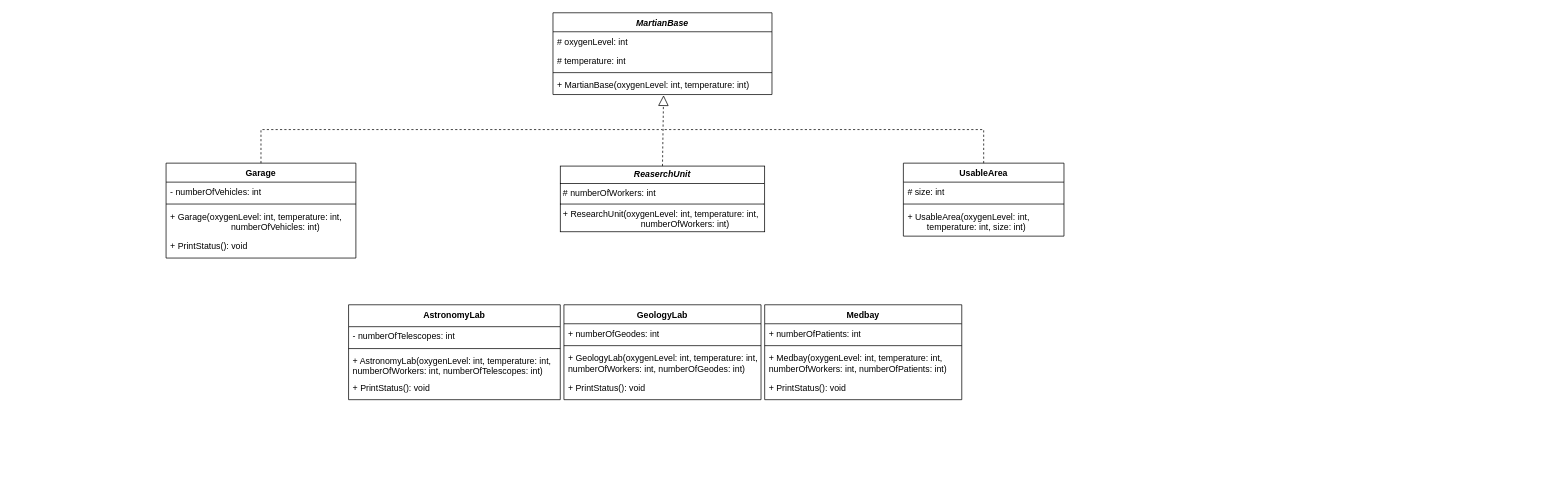
kcprlal/CSharp keeps this draw.io diagram as Diagram bez tytułu.drawio. Above is the earlier version. Source tidied: cells renumbered, new cells numbered last; positions are measured from the earlier drawing's top-left corner, leaving out a move shared by most shapes. Both pictures are drawn from the tidied source at 73%, with x=0, y=0 at pixel (166, 12).
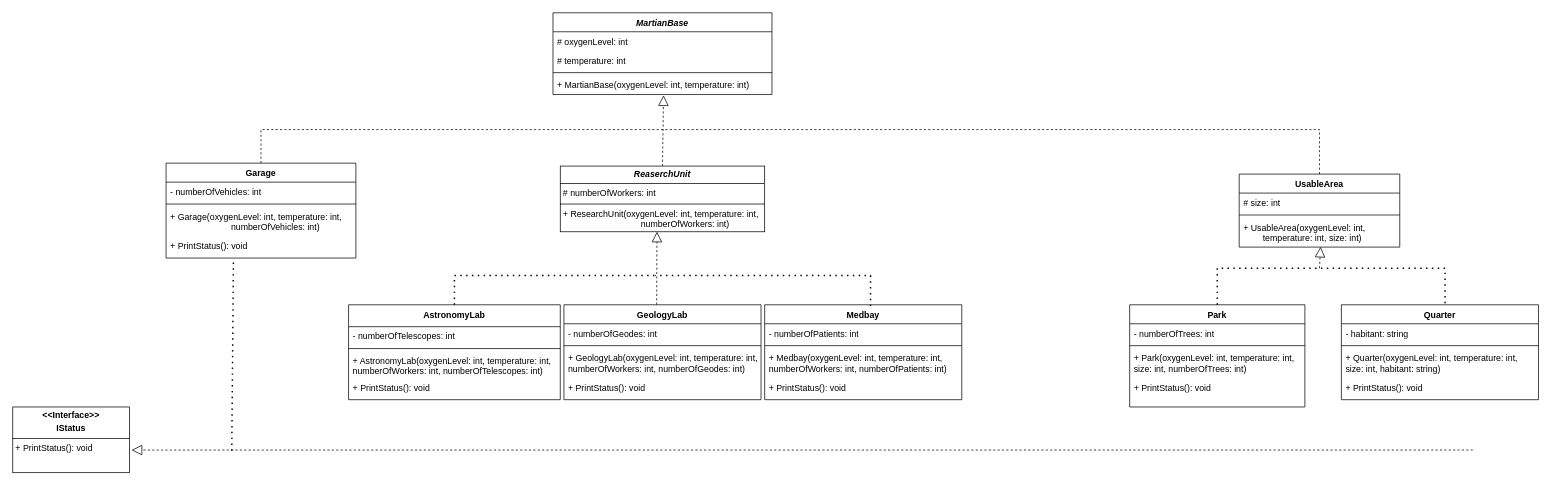
The same diagram, later.

The change refers to these unchanged cells:
```xml
<mxCell id="7" value="&lt;p style=&quot;margin:0px;margin-top:4px;text-align:center;&quot;&gt;&lt;b&gt;&lt;i&gt;ReaserchUnit&lt;/i&gt;&lt;/b&gt;&lt;/p&gt;&lt;hr size=&quot;1&quot; style=&quot;border-style:solid;&quot;&gt;&lt;p style=&quot;margin:0px;margin-left:4px;&quot;&gt;# numberOfWorkers: int&lt;/p&gt;&lt;hr size=&quot;1&quot; style=&quot;border-style:solid;&quot;&gt;&lt;p style=&quot;margin:0px;margin-left:4px;&quot;&gt;+ ResearchUnit(oxygenLevel: int, temperature: int,&amp;nbsp;&lt;/p&gt;&lt;p style=&quot;margin:0px;margin-left:4px;&quot;&gt;&lt;span style=&quot;white-space: pre;&quot;&gt;&#9;&lt;/span&gt;&lt;span style=&quot;white-space: pre;&quot;&gt;&#9;&lt;/span&gt;&lt;span style=&quot;white-space: pre;&quot;&gt;&#9;&lt;/span&gt;&lt;span style=&quot;white-space: pre;&quot;&gt;&#9;&lt;/span&gt;numberOfWorkers: int)&amp;nbsp;&lt;/p&gt;" style="verticalAlign=top;align=left;overflow=fill;html=1;whiteSpace=wrap;" parent="1" vertex="1">
  <mxGeometry x="540" y="210" width="280" height="90" as="geometry" />
</mxCell>
<mxCell id="12" value="+ PrintStatus(): void" style="text;strokeColor=none;fillColor=none;align=left;verticalAlign=top;spacingLeft=4;spacingRight=4;overflow=hidden;points=[[0,0.5],[1,0.5]];portConstraint=eastwest;whiteSpace=wrap;html=1;" parent="8" vertex="1">
  <mxGeometry y="100" width="260" height="30" as="geometry" />
</mxCell>
<mxCell id="18" value="+ UsableArea(oxygenLevel: int,&lt;div&gt;&lt;span style=&quot;white-space: pre;&quot;&gt;&#9;&lt;/span&gt;temperature: int, size: int)&lt;br&gt;&lt;/div&gt;" style="text;strokeColor=none;fillColor=none;align=left;verticalAlign=top;spacingLeft=4;spacingRight=4;overflow=hidden;points=[[0,0.5],[1,0.5]];portConstraint=eastwest;whiteSpace=wrap;html=1;" parent="15" vertex="1">
  <mxGeometry y="60" width="220" height="40" as="geometry" />
</mxCell>
<mxCell id="20" value="AstronomyLab" style="swimlane;fontStyle=1;align=center;verticalAlign=top;horizontal=1;startSize=30;whiteSpace=wrap;html=1;" parent="1" vertex="1">
  <mxGeometry x="250" y="400" width="290" height="130" as="geometry" />
</mxCell>
<mxCell id="25" value="GeologyLab" style="swimlane;fontStyle=1;align=center;verticalAlign=top;horizontal=1;startSize=26;whiteSpace=wrap;html=1;" parent="1" vertex="1">
  <mxGeometry x="545" y="400" width="270" height="130" as="geometry" />
</mxCell>
<mxCell id="30" value="Medbay" style="swimlane;fontStyle=1;align=center;verticalAlign=top;horizontal=1;startSize=26;whiteSpace=wrap;html=1;" parent="1" vertex="1">
  <mxGeometry x="820" y="400" width="270" height="130" as="geometry" />
</mxCell>
```

The edit, as a diff of the source:
```diff
@@
     <mxCell id="15" value="UsableArea" style="swimlane;fontStyle=1;align=center;verticalAlign=top;horizontal=1;startSize=26;whiteSpace=wrap;html=1;" parent="1" vertex="1">
-      <mxGeometry x="1010" y="206" width="220" height="100" as="geometry" />
+      <mxGeometry x="1470" y="221" width="220" height="100" as="geometry" />
     </mxCell>
@@
     <mxCell id="19" style="endArrow=none;dashed=1;html=1;rounded=0;exitX=0.5;exitY=0;exitDx=0;exitDy=0;" parent="1" edge="1" source="15">
       <mxGeometry relative="1" as="geometry">
         <mxPoint x="680" y="160" as="targetPoint" />
         <Array as="points">
+          <mxPoint x="1580" y="160" />
           <mxPoint x="1120" y="160" />
         </Array>
       </mxGeometry>
     </mxCell>
@@
-    <mxCell id="26" value="+ numberOfGeodes: int" style="text;strokeColor=none;fillColor=none;align=left;verticalAlign=top;spacingLeft=4;spacingRight=4;overflow=hidden;whiteSpace=wrap;html=1;" parent="25" vertex="1">
+    <mxCell id="26" value="- numberOfGeodes: int" style="text;strokeColor=none;fillColor=none;align=left;verticalAlign=top;spacingLeft=4;spacingRight=4;overflow=hidden;whiteSpace=wrap;html=1;" parent="25" vertex="1">
       <mxGeometry y="26" width="270" height="26" as="geometry" />
     </mxCell>
@@
-    <mxCell id="31" value="+ numberOfPatients: int" style="text;strokeColor=none;fillColor=none;align=left;verticalAlign=top;spacingLeft=4;spacingRight=4;overflow=hidden;whiteSpace=wrap;html=1;" parent="30" vertex="1">
+    <mxCell id="31" value="- numberOfPatients: int" style="text;strokeColor=none;fillColor=none;align=left;verticalAlign=top;spacingLeft=4;spacingRight=4;overflow=hidden;whiteSpace=wrap;html=1;" parent="30" vertex="1">
       <mxGeometry y="26" width="270" height="26" as="geometry" />
     </mxCell>
@@
+    <mxCell id="35" value="Park" style="swimlane;fontStyle=1;align=center;verticalAlign=top;horizontal=1;startSize=26;whiteSpace=wrap;html=1;" parent="1" vertex="1">
+      <mxGeometry x="1320" y="400" width="240" height="140" as="geometry" />
+    </mxCell>
+    <mxCell id="36" value="- numberOfTrees: int" style="text;strokeColor=none;fillColor=none;align=left;verticalAlign=top;spacingLeft=4;spacingRight=4;overflow=hidden;whiteSpace=wrap;html=1;" parent="35" vertex="1">
+      <mxGeometry y="26" width="240" height="26" as="geometry" />
+    </mxCell>
+    <mxCell id="37" style="line;strokeWidth=1;fillColor=none;align=left;verticalAlign=middle;spacingTop=-1;spacingLeft=3;spacingRight=3;labelPosition=right;strokeColor=inherit;" parent="35" vertex="1">
+      <mxGeometry y="52" width="240" height="8" as="geometry" />
+    </mxCell>
+    <mxCell id="38" value="+ Park(oxygenLevel: int, temperature: int, size: int, numberOfTrees: int)" style="text;strokeColor=none;fillColor=none;align=left;verticalAlign=top;spacingLeft=4;spacingRight=4;overflow=hidden;whiteSpace=wrap;html=1;" parent="35" vertex="1">
+      <mxGeometry y="60" width="240" height="40" as="geometry" />
+    </mxCell>
+    <mxCell id="39" value="+ PrintStatus(): void" style="text;strokeColor=none;fillColor=none;align=left;verticalAlign=top;spacingLeft=4;spacingRight=4;overflow=hidden;whiteSpace=wrap;html=1;" parent="35" vertex="1">
+      <mxGeometry y="100" width="240" height="40" as="geometry" />
+    </mxCell>
+    <mxCell id="40" value="Quarter" style="swimlane;fontStyle=1;align=center;verticalAlign=top;horizontal=1;startSize=26;whiteSpace=wrap;html=1;" parent="1" vertex="1">
+      <mxGeometry x="1610" y="400" width="270" height="130" as="geometry" />
+    </mxCell>
+    <mxCell id="41" value="- habitant: string" style="text;strokeColor=none;fillColor=none;align=left;verticalAlign=top;spacingLeft=4;spacingRight=4;overflow=hidden;whiteSpace=wrap;html=1;" parent="40" vertex="1">
+      <mxGeometry y="26" width="270" height="26" as="geometry" />
+    </mxCell>
+    <mxCell id="42" style="line;strokeWidth=1;fillColor=none;align=left;verticalAlign=middle;spacingTop=-1;spacingLeft=3;spacingRight=3;labelPosition=right;strokeColor=inherit;" parent="40" vertex="1">
+      <mxGeometry y="52" width="270" height="8" as="geometry" />
+    </mxCell>
+    <mxCell id="43" value="+ Quarter(oxygenLevel: int, temperature: int, size: int, habitant: string)" style="text;strokeColor=none;fillColor=none;align=left;verticalAlign=top;spacingLeft=4;spacingRight=4;overflow=hidden;whiteSpace=wrap;html=1;" parent="40" vertex="1">
+      <mxGeometry y="60" width="270" height="40" as="geometry" />
+    </mxCell>
+    <mxCell id="44" value="+ PrintStatus(): void" style="text;strokeColor=none;fillColor=none;align=left;verticalAlign=top;spacingLeft=4;spacingRight=4;overflow=hidden;whiteSpace=wrap;html=1;" parent="40" vertex="1">
+      <mxGeometry y="100" width="270" height="30" as="geometry" />
+    </mxCell>
+    <mxCell id="45" style="endArrow=block;dashed=1;endFill=0;endSize=12;html=1;rounded=0;entryX=0.473;entryY=0.998;entryDx=0;entryDy=0;entryPerimeter=0;" parent="1" edge="1" target="7">
+      <mxGeometry relative="1" as="geometry">
+        <mxPoint x="672" y="400" as="sourcePoint" />
+      </mxGeometry>
+    </mxCell>
+    <mxCell id="46" style="endArrow=none;dashed=1;html=1;dashPattern=1 3;strokeWidth=2;rounded=0;exitX=0.5;exitY=0;exitDx=0;exitDy=0;" parent="1" edge="1" source="20">
+      <mxGeometry relative="1" as="geometry">
+        <mxPoint x="670" y="360" as="targetPoint" />
+        <Array as="points">
+          <mxPoint x="395" y="360" />
+        </Array>
+      </mxGeometry>
+    </mxCell>
+    <mxCell id="47" style="endArrow=none;dashed=1;html=1;dashPattern=1 3;strokeWidth=2;rounded=0;exitX=0.537;exitY=0.014;exitDx=0;exitDy=0;exitPerimeter=0;" parent="1" edge="1" source="30">
+      <mxGeometry relative="1" as="geometry">
+        <mxPoint x="670" y="360" as="targetPoint" />
+        <Array as="points">
+          <mxPoint x="965" y="360" />
+        </Array>
+      </mxGeometry>
+    </mxCell>
+    <mxCell id="48" style="endArrow=none;dashed=1;html=1;dashPattern=1 3;strokeWidth=2;rounded=0;exitX=0.5;exitY=0;exitDx=0;exitDy=0;entryX=0.526;entryY=-0.017;entryDx=0;entryDy=0;entryPerimeter=0;" parent="1" edge="1" source="35" target="40">
+      <mxGeometry relative="1" as="geometry">
+        <Array as="points">
+          <mxPoint x="1440" y="350" />
+          <mxPoint x="1752" y="350" />
+        </Array>
+      </mxGeometry>
+    </mxCell>
+    <mxCell id="49" style="endArrow=block;dashed=1;endFill=0;endSize=12;html=1;rounded=0;entryX=0.507;entryY=0.989;entryDx=0;entryDy=0;entryPerimeter=0;" parent="1" edge="1" target="18">
+      <mxGeometry relative="1" as="geometry">
+        <mxPoint x="1580" y="350" as="sourcePoint" />
+      </mxGeometry>
+    </mxCell>
+    <mxCell id="50" value="&lt;p style=&quot;margin:0px;margin-top:4px;text-align:center;&quot;&gt;&lt;b&gt;&amp;lt;&amp;lt;Interface&amp;gt;&amp;gt;&lt;/b&gt;&lt;/p&gt;&lt;p style=&quot;margin:0px;margin-top:4px;text-align:center;&quot;&gt;&lt;b&gt;IStatus&lt;/b&gt;&lt;/p&gt;&lt;hr size=&quot;1&quot; style=&quot;border-style:solid;&quot;&gt;&lt;p style=&quot;margin:0px;margin-left:4px;&quot;&gt;&lt;span style=&quot;background-color: transparent; color: light-dark(rgb(0, 0, 0), rgb(255, 255, 255));&quot;&gt;+ PrintStatus(): void&lt;/span&gt;&lt;/p&gt;" style="verticalAlign=top;align=left;overflow=fill;html=1;whiteSpace=wrap;" parent="1" vertex="1">
+      <mxGeometry x="-210" y="540" width="160" height="90" as="geometry" />
+    </mxCell>
+    <mxCell id="51" style="endArrow=block;dashed=1;endFill=0;endSize=12;html=1;rounded=0;entryX=1.017;entryY=0.656;entryDx=0;entryDy=0;entryPerimeter=0;" parent="1" edge="1" target="50">
+      <mxGeometry relative="1" as="geometry">
+        <mxPoint x="1790" y="599" as="sourcePoint" />
+      </mxGeometry>
+    </mxCell>
+    <mxCell id="52" style="endArrow=none;dashed=1;html=1;dashPattern=1 3;strokeWidth=2;rounded=0;entryX=0.355;entryY=1.02;entryDx=0;entryDy=0;entryPerimeter=0;" parent="1" edge="1" target="12">
+      <mxGeometry relative="1" as="geometry">
+        <mxPoint x="90" y="600" as="sourcePoint" />
+      </mxGeometry>
+    </mxCell>
```
